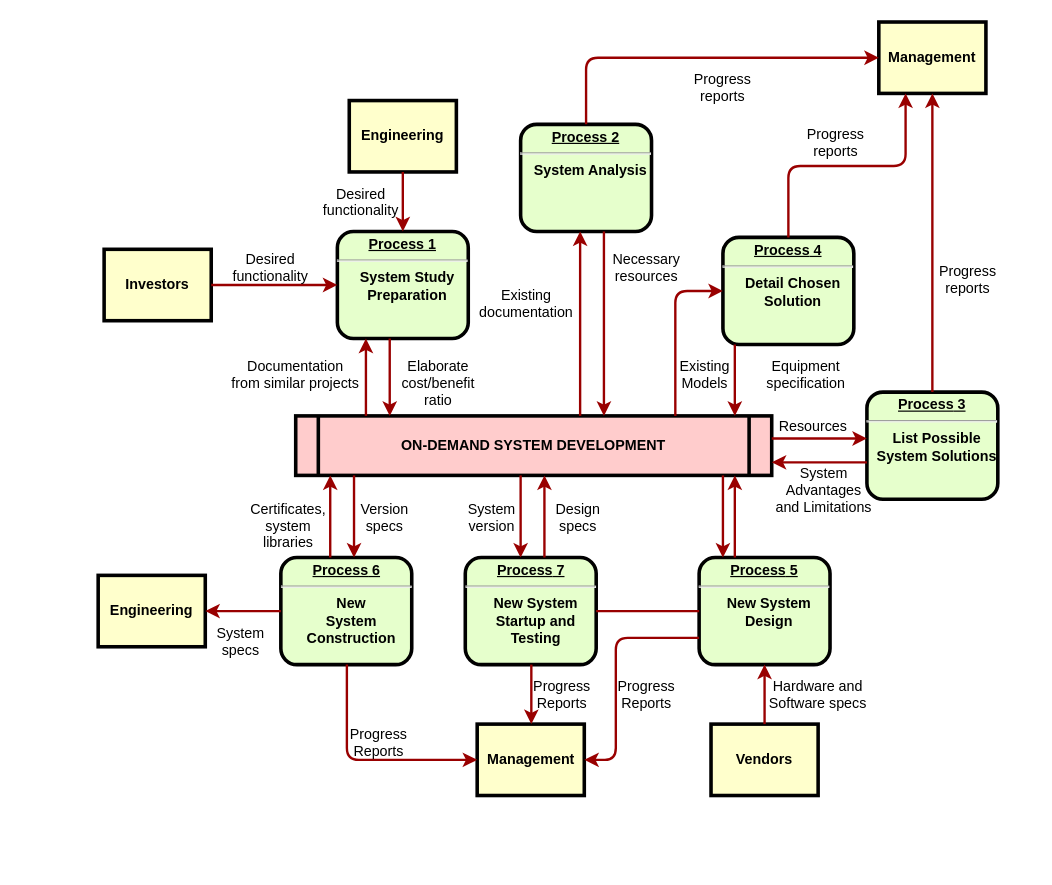
sefffciu/Anty_Phishing_-W_ramach_przedmiotu_Zarz-dzanie_projektami_informatycznymi- keeps this draw.io diagram as Diagram bez tytułu.drawio. Above is the earlier version. Source tidied: cells renumbered, new cells numbered last; positions are measured from the earlier drawing's top-left corner, leaving out a move shared by most shapes. Both pictures are drawn from the tidied source at 119%, with x=0, y=0 at pixel (98, 21).
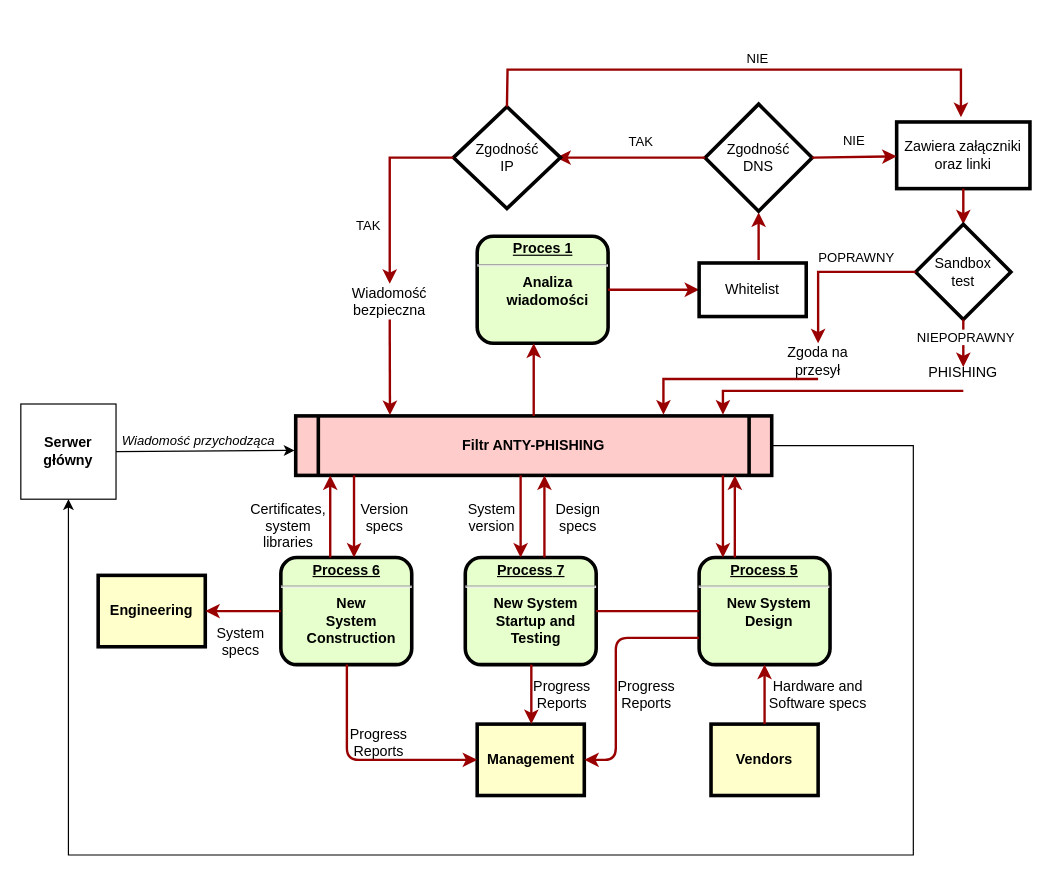
The same page after the edit.

Diff of the diagram source:
```diff
@@
-    <mxCell id="2" value="&lt;p style=&quot;margin: 0px; margin-top: 4px; text-align: center; text-decoration: underline;&quot;&gt;&lt;strong&gt;Process 1&lt;br /&gt;&lt;/strong&gt;&lt;/p&gt;&lt;hr /&gt;&lt;p style=&quot;margin: 0px; margin-left: 8px;&quot;&gt;System Study&lt;/p&gt;&lt;p style=&quot;margin: 0px; margin-left: 8px;&quot;&gt;Preparation&lt;/p&gt;" style="verticalAlign=middle;align=center;overflow=fill;fontSize=12;fontFamily=Helvetica;html=1;rounded=1;fontStyle=1;strokeWidth=3;fillColor=#E6FFCC;" parent="1" vertex="1">
-      <mxGeometry x="201" y="176" width="110" height="90" as="geometry" />
-    </mxCell>
-    <mxCell id="3" value="Engineering" style="whiteSpace=wrap;align=center;verticalAlign=middle;fontStyle=1;strokeWidth=3;fillColor=#FFFFCC;" parent="1" vertex="1">
-      <mxGeometry x="211" y="66" width="90" height="60" as="geometry" />
-    </mxCell>
-    <mxCell id="4" value="Investors" style="whiteSpace=wrap;align=center;verticalAlign=middle;fontStyle=1;strokeWidth=3;fillColor=#FFFFCC;" parent="1" vertex="1">
-      <mxGeometry x="5" y="191" width="90" height="60" as="geometry" />
-    </mxCell>
-    <mxCell id="5" value="ON-DEMAND SYSTEM DEVELOPMENT" style="shape=process;whiteSpace=wrap;align=center;verticalAlign=middle;size=0.0475;fontStyle=1;strokeWidth=3;fillColor=#FFCCCC;" parent="1" vertex="1">
+    <mxCell id="5" value="Filtr ANTY-PHISHING" style="shape=process;whiteSpace=wrap;align=center;verticalAlign=middle;size=0.0475;fontStyle=1;strokeWidth=3;fillColor=#FFCCCC;" parent="1" vertex="1">
       <mxGeometry x="166" y="331" width="400" height="50" as="geometry" />
     </mxCell>
-    <mxCell id="6" value="&lt;p style=&quot;margin: 0px; margin-top: 4px; text-align: center; text-decoration: underline;&quot;&gt;&lt;strong&gt;Process 2&lt;br /&gt;&lt;/strong&gt;&lt;/p&gt;&lt;hr /&gt;&lt;p style=&quot;margin: 0px; margin-left: 8px;&quot;&gt;System Analysis&lt;/p&gt;" style="verticalAlign=middle;align=center;overflow=fill;fontSize=12;fontFamily=Helvetica;html=1;rounded=1;fontStyle=1;strokeWidth=3;fillColor=#E6FFCC;" parent="1" vertex="1">
-      <mxGeometry x="355" y="86" width="110" height="90" as="geometry" />
+    <mxCell id="6" value="&lt;p style=&quot;margin: 0px; margin-top: 4px; text-align: center; text-decoration: underline;&quot;&gt;&lt;strong&gt;Proces 1&lt;br&gt;&lt;/strong&gt;&lt;/p&gt;&lt;hr&gt;&lt;p style=&quot;margin: 0px; margin-left: 8px;&quot;&gt;Analiza&lt;/p&gt;&lt;p style=&quot;margin: 0px; margin-left: 8px;&quot;&gt;&lt;span style=&quot;background-color: initial;&quot;&gt;wiadomości&lt;/span&gt;&lt;/p&gt;" style="verticalAlign=middle;align=center;overflow=fill;fontSize=12;fontFamily=Helvetica;html=1;rounded=1;fontStyle=1;strokeWidth=3;fillColor=#E6FFCC;" parent="1" vertex="1">
+      <mxGeometry x="318.5" y="180" width="110" height="90" as="geometry" />
     </mxCell>
-    <mxCell id="7" value="&lt;p style=&quot;margin: 0px; margin-top: 4px; text-align: center; text-decoration: underline;&quot;&gt;&lt;strong&gt;&lt;strong&gt;Process&lt;/strong&gt; 3&lt;br /&gt;&lt;/strong&gt;&lt;/p&gt;&lt;hr /&gt;&lt;p style=&quot;margin: 0px; margin-left: 8px;&quot;&gt;List Possible&lt;/p&gt;&lt;p style=&quot;margin: 0px; margin-left: 8px;&quot;&gt;System Solutions&lt;/p&gt;" style="verticalAlign=middle;align=center;overflow=fill;fontSize=12;fontFamily=Helvetica;html=1;rounded=1;fontStyle=1;strokeWidth=3;fillColor=#E6FFCC;" parent="1" vertex="1">
-      <mxGeometry x="646" y="311" width="110" height="90" as="geometry" />
-    </mxCell>
-    <mxCell id="8" value="&lt;p style=&quot;margin: 0px; margin-top: 4px; text-align: center; text-decoration: underline;&quot;&gt;&lt;strong&gt;&lt;strong&gt;Process&lt;/strong&gt; 4&lt;br /&gt;&lt;/strong&gt;&lt;/p&gt;&lt;hr /&gt;&lt;p style=&quot;margin: 0px; margin-left: 8px;&quot;&gt;Detail Chosen&lt;/p&gt;&lt;p style=&quot;margin: 0px; margin-left: 8px;&quot;&gt;Solution&lt;/p&gt;" style="verticalAlign=middle;align=center;overflow=fill;fontSize=12;fontFamily=Helvetica;html=1;rounded=1;fontStyle=1;strokeWidth=3;fillColor=#E6FFCC;" parent="1" vertex="1">
-      <mxGeometry x="525" y="181" width="110" height="90" as="geometry" />
-    </mxCell>
@@
-    <mxCell id="11" value="Management" style="whiteSpace=wrap;align=center;verticalAlign=middle;fontStyle=1;strokeWidth=3;fillColor=#FFFFCC;" parent="1" vertex="1">
-      <mxGeometry x="656" width="90" height="60" as="geometry" />
-    </mxCell>
@@
-    <mxCell id="15" style="edgeStyle=none;noEdgeStyle=1;strokeColor=#990000;strokeWidth=2;" parent="1" edge="1" source="3" target="2">
-      <mxGeometry relative="1" as="geometry" />
-    </mxCell>
-    <mxCell id="16" style="edgeStyle=none;noEdgeStyle=1;strokeColor=#990000;strokeWidth=2;" parent="1" edge="1" source="4" target="2">
-      <mxGeometry relative="1" as="geometry" />
-    </mxCell>
@@
-    <mxCell id="19" value="Desired &#10;functionality" style="text;spacingTop=-5;align=center;" parent="1" vertex="1">
-      <mxGeometry x="130" y="191" width="30" height="20" as="geometry" />
-    </mxCell>
-    <mxCell id="20" value="Desired &#10;functionality" style="text;spacingTop=-5;align=center;" parent="1" vertex="1">
-      <mxGeometry x="206" y="136" width="30" height="20" as="geometry" />
-    </mxCell>
-    <mxCell id="21" value="Documentation&#10;from similar projects" style="text;spacingTop=-5;align=center;" parent="1" vertex="1">
-      <mxGeometry x="151" y="281" width="30" height="20" as="geometry" />
-    </mxCell>
-    <mxCell id="22" style="edgeStyle=elbowEdgeStyle;elbow=horizontal;strokeColor=#990000;strokeWidth=2;" parent="1" edge="1" source="5" target="2">
-      <mxGeometry relative="1" as="geometry">
-        <Array as="points">
-          <mxPoint x="225" y="310" />
-        </Array>
-      </mxGeometry>
-    </mxCell>
-    <mxCell id="23" style="edgeStyle=elbowEdgeStyle;elbow=horizontal;strokeColor=#990000;strokeWidth=2;" parent="1" edge="1" source="2" target="5">
-      <mxGeometry relative="1" as="geometry">
-        <Array as="points">
-          <mxPoint x="245" y="300" />
-        </Array>
-      </mxGeometry>
-    </mxCell>
-    <mxCell id="24" value="Elaborate&#10;cost/benefit&#10;ratio" style="text;spacingTop=-5;align=center;" parent="1" vertex="1">
-      <mxGeometry x="271" y="281" width="30" height="20" as="geometry" />
-    </mxCell>
@@
-    <mxCell id="26" style="edgeStyle=elbowEdgeStyle;elbow=horizontal;strokeColor=#990000;strokeWidth=2;" parent="1" edge="1" source="6" target="5">
-      <mxGeometry relative="1" as="geometry">
-        <Array as="points">
-          <mxPoint x="425" y="260" />
-        </Array>
-      </mxGeometry>
-    </mxCell>
-    <mxCell id="27" value="Existing&#10;documentation" style="text;spacingTop=-5;align=center;" parent="1" vertex="1">
-      <mxGeometry x="345" y="221" width="30" height="20" as="geometry" />
-    </mxCell>
-    <mxCell id="28" value="Necessary&#10;resources" style="text;spacingTop=-5;align=center;" parent="1" vertex="1">
-      <mxGeometry x="446" y="191" width="30" height="20" as="geometry" />
-    </mxCell>
-    <mxCell id="29" value="Progress&#10;reports" style="text;spacingTop=-5;align=center;" parent="1" vertex="1">
-      <mxGeometry x="510" y="40" width="30" height="20" as="geometry" />
-    </mxCell>
-    <mxCell id="30" value="Progress&#10;reports" style="text;spacingTop=-5;align=center;" parent="1" vertex="1">
-      <mxGeometry x="605" y="86" width="30" height="20" as="geometry" />
-    </mxCell>
-    <mxCell id="31" value="Progress&#10;reports" style="text;spacingTop=-5;align=center;" parent="1" vertex="1">
-      <mxGeometry x="716" y="201" width="30" height="20" as="geometry" />
-    </mxCell>
-    <mxCell id="32" style="edgeStyle=elbowEdgeStyle;elbow=horizontal;strokeColor=#990000;strokeWidth=2;" parent="1" edge="1" source="6" target="11">
-      <mxGeometry relative="1" as="geometry">
-        <Array as="points">
-          <mxPoint x="410" y="80" />
-        </Array>
-      </mxGeometry>
-    </mxCell>
-    <mxCell id="33" style="edgeStyle=elbowEdgeStyle;elbow=vertical;entryX=0.25;entryY=1;strokeColor=#990000;strokeWidth=2;" parent="1" edge="1" source="8" target="11">
-      <mxGeometry relative="1" as="geometry" />
-    </mxCell>
-    <mxCell id="34" style="edgeStyle=elbowEdgeStyle;elbow=horizontal;strokeColor=#990000;strokeWidth=2;" parent="1" edge="1" source="7" target="11">
-      <mxGeometry relative="1" as="geometry" />
-    </mxCell>
-    <mxCell id="35" style="edgeStyle=elbowEdgeStyle;elbow=horizontal;strokeColor=#990000;strokeWidth=2;" parent="1" edge="1" source="8" target="5">
-      <mxGeometry relative="1" as="geometry">
-        <Array as="points">
-          <mxPoint x="535" y="300" />
-        </Array>
-      </mxGeometry>
-    </mxCell>
-    <mxCell id="36" style="edgeStyle=segmentEdgeStyle;strokeColor=#990000;strokeWidth=2;" parent="1" edge="1" source="5" target="8">
-      <mxGeometry relative="1" as="geometry">
-        <Array as="points">
-          <mxPoint x="485" y="226" />
-        </Array>
-      </mxGeometry>
-    </mxCell>
-    <mxCell id="37" value="Existing&#10;Models" style="text;spacingTop=-5;align=center;" parent="1" vertex="1">
-      <mxGeometry x="495" y="281" width="30" height="20" as="geometry" />
-    </mxCell>
-    <mxCell id="38" value="Equipment&#10;specification" style="text;spacingTop=-5;align=center;" parent="1" vertex="1">
-      <mxGeometry x="580" y="281" width="30" height="20" as="geometry" />
-    </mxCell>
-    <mxCell id="39" style="edgeStyle=elbowEdgeStyle;elbow=vertical;strokeColor=#990000;strokeWidth=2;" parent="1" edge="1" source="5" target="7">
-      <mxGeometry relative="1" as="geometry">
-        <Array as="points">
-          <mxPoint x="615" y="350" />
-        </Array>
-      </mxGeometry>
-    </mxCell>
-    <mxCell id="40" style="edgeStyle=elbowEdgeStyle;elbow=vertical;strokeColor=#990000;strokeWidth=2;" parent="1" edge="1" source="7" target="5">
-      <mxGeometry relative="1" as="geometry">
-        <Array as="points">
-          <mxPoint x="615" y="370" />
-        </Array>
-      </mxGeometry>
-    </mxCell>
-    <mxCell id="41" value="Resources" style="text;spacingTop=-5;align=center;" parent="1" vertex="1">
-      <mxGeometry x="586" y="331" width="30" height="20" as="geometry" />
-    </mxCell>
-    <mxCell id="42" value="System &#10;Advantages &#10;and Limitations" style="text;spacingTop=-5;align=center;" parent="1" vertex="1">
-      <mxGeometry x="595" y="371" width="30" height="20" as="geometry" />
-    </mxCell>
@@
+    <mxCell id="63" style="endArrow=classic;html=1;rounded=0;exitX=1;exitY=0.5;exitDx=0;exitDy=0;" parent="1" edge="1" source="65">
+      <mxGeometry relative="1" as="geometry">
+        <mxPoint x="165" y="360" as="targetPoint" />
+      </mxGeometry>
+    </mxCell>
+    <mxCell id="64" value="Wiadomość przychodząca" style="edgeLabel;html=1;align=center;verticalAlign=middle;fontStyle=2;" parent="63" vertex="1">
+      <mxGeometry x="0.5" y="-3" relative="1" as="geometry">
+        <mxPoint x="-45" y="-12" as="offset" />
+      </mxGeometry>
+    </mxCell>
+    <mxCell id="65" value="&lt;b&gt;Serwer główny&lt;/b&gt;" style="whiteSpace=wrap;html=1;" parent="1" vertex="1">
+      <mxGeometry x="-65" y="321" width="80" height="80" as="geometry" />
+    </mxCell>
+    <mxCell id="66" style="endArrow=classic;html=1;rounded=0;exitX=1;exitY=0.5;exitDx=0;exitDy=0;entryX=0.5;entryY=1;entryDx=0;entryDy=0;" parent="1" edge="1" source="5" target="65">
+      <mxGeometry relative="1" as="geometry">
+        <Array as="points">
+          <mxPoint x="685" y="356" />
+          <mxPoint x="685" y="700" />
+          <mxPoint x="-25" y="700" />
+        </Array>
+      </mxGeometry>
+    </mxCell>
+    <mxCell id="67" style="endArrow=classic;html=1;rounded=0;strokeColor=#990000;strokeWidth=2;exitX=1;exitY=0.5;exitDx=0;exitDy=0;" parent="1" edge="1" source="6">
+      <mxGeometry relative="1" as="geometry">
+        <mxPoint x="505" y="225" as="targetPoint" />
+      </mxGeometry>
+    </mxCell>
+    <mxCell id="68" value="Whitelist" style="rounded=0;whiteSpace=wrap;html=1;strokeWidth=3;" parent="1" vertex="1">
+      <mxGeometry x="505" y="202.5" width="90" height="45" as="geometry" />
+    </mxCell>
+    <mxCell id="69" style="endArrow=classic;html=1;rounded=0;strokeColor=#990000;strokeWidth=2;" parent="1" edge="1">
+      <mxGeometry relative="1" as="geometry">
+        <mxPoint x="555" y="200" as="sourcePoint" />
+        <mxPoint x="555" y="160" as="targetPoint" />
+      </mxGeometry>
+    </mxCell>
+    <mxCell id="70" value="Zgodność&lt;br&gt;DNS" style="rhombus;whiteSpace=wrap;html=1;strokeWidth=3;" parent="1" vertex="1">
+      <mxGeometry x="510" y="69" width="90" height="90" as="geometry" />
+    </mxCell>
+    <mxCell id="71" style="endArrow=classic;html=1;rounded=0;strokeColor=#990000;strokeWidth=2;exitX=0;exitY=0.5;exitDx=0;exitDy=0;" parent="1" edge="1" source="70">
+      <mxGeometry relative="1" as="geometry">
+        <mxPoint x="385" y="114" as="targetPoint" />
+      </mxGeometry>
+    </mxCell>
+    <mxCell id="72" value="TAK" style="edgeLabel;html=1;align=center;verticalAlign=middle;" parent="71" vertex="1">
+      <mxGeometry x="0.33" y="1" relative="1" as="geometry">
+        <mxPoint x="28" y="-15" as="offset" />
+      </mxGeometry>
+    </mxCell>
+    <mxCell id="73" value="Zgodność&lt;br&gt;IP" style="rhombus;whiteSpace=wrap;html=1;strokeWidth=3;" parent="1" vertex="1">
+      <mxGeometry x="298.5" y="71.2" width="90" height="85.5" as="geometry" />
+    </mxCell>
+    <mxCell id="74" value="Zawiera załączniki oraz linki" style="rounded=0;whiteSpace=wrap;html=1;strokeWidth=3;" parent="1" vertex="1">
+      <mxGeometry x="671" y="84" width="112" height="56" as="geometry" />
+    </mxCell>
+    <mxCell id="75" style="endArrow=classic;html=1;rounded=0;strokeColor=#990000;strokeWidth=2;exitX=1;exitY=0.5;exitDx=0;exitDy=0;" parent="1" edge="1" source="70" target="74">
+      <mxGeometry relative="1" as="geometry" />
+    </mxCell>
+    <mxCell id="76" value="NIE" style="edgeLabel;html=1;align=center;verticalAlign=middle;" parent="75" vertex="1">
+      <mxGeometry x="-0.27" y="1" relative="1" as="geometry">
+        <mxPoint x="9" y="-13" as="offset" />
+      </mxGeometry>
+    </mxCell>
+    <mxCell id="77" style="endArrow=classic;html=1;rounded=0;strokeColor=#990000;strokeWidth=2;exitX=0.5;exitY=1;exitDx=0;exitDy=0;entryX=0.5;entryY=0;entryDx=0;entryDy=0;" parent="1" edge="1" source="74" target="82">
+      <mxGeometry relative="1" as="geometry" />
+    </mxCell>
+    <mxCell id="78" style="endArrow=classic;html=1;rounded=0;strokeColor=#990000;strokeWidth=2;exitX=0;exitY=0.5;exitDx=0;exitDy=0;" parent="1" edge="1" source="73">
+      <mxGeometry relative="1" as="geometry">
+        <mxPoint x="245" y="220" as="targetPoint" />
+        <Array as="points">
+          <mxPoint x="245" y="114" />
+        </Array>
+      </mxGeometry>
+    </mxCell>
+    <mxCell id="79" value="TAK" style="edgeLabel;html=1;align=center;verticalAlign=middle;" parent="78" vertex="1">
+      <mxGeometry x="-0.29" y="4" relative="1" as="geometry">
+        <mxPoint x="-23" y="53" as="offset" />
+      </mxGeometry>
+    </mxCell>
+    <mxCell id="80" style="endArrow=classic;html=1;rounded=0;strokeColor=#990000;strokeWidth=2;exitX=0.5;exitY=0;exitDx=0;exitDy=0;" parent="1" edge="1" source="73">
+      <mxGeometry relative="1" as="geometry">
+        <mxPoint x="725" y="80" as="targetPoint" />
+        <Array as="points">
+          <mxPoint x="344" y="40" />
+          <mxPoint x="725" y="40" />
+        </Array>
+      </mxGeometry>
+    </mxCell>
+    <mxCell id="81" value="NIE" style="edgeLabel;html=1;align=center;verticalAlign=middle;" parent="80" vertex="1">
+      <mxGeometry x="-0.18" relative="1" as="geometry">
+        <mxPoint x="56" y="-10" as="offset" />
+      </mxGeometry>
+    </mxCell>
+    <mxCell id="82" value="Sandbox&lt;br&gt;test" style="rhombus;whiteSpace=wrap;html=1;strokeWidth=3;" parent="1" vertex="1">
+      <mxGeometry x="687" y="170" width="80" height="80" as="geometry" />
+    </mxCell>
+    <mxCell id="83" style="endArrow=classic;html=1;rounded=0;strokeColor=#990000;strokeWidth=2;exitX=0;exitY=0.5;exitDx=0;exitDy=0;entryX=0.5;entryY=0;entryDx=0;entryDy=0;" parent="1" edge="1" source="82" target="85">
+      <mxGeometry relative="1" as="geometry">
+        <Array as="points">
+          <mxPoint x="605" y="210" />
+        </Array>
+      </mxGeometry>
+    </mxCell>
+    <mxCell id="84" value="POPRAWNY" style="edgeLabel;html=1;align=center;verticalAlign=middle;" parent="83" vertex="1">
+      <mxGeometry x="-0.37" y="1" relative="1" as="geometry">
+        <mxPoint x="-6" y="-14" as="offset" />
+      </mxGeometry>
+    </mxCell>
+    <mxCell id="85" value="Zgoda na przesył" style="text;html=1;strokeColor=none;fillColor=none;align=center;verticalAlign=middle;whiteSpace=wrap;rounded=0;strokeWidth=3;" parent="1" vertex="1">
+      <mxGeometry x="575" y="270" width="60" height="30" as="geometry" />
+    </mxCell>
+    <mxCell id="86" style="endArrow=classic;html=1;rounded=0;strokeColor=#990000;strokeWidth=2;exitX=0.5;exitY=1;exitDx=0;exitDy=0;" parent="1" edge="1" source="85">
+      <mxGeometry relative="1" as="geometry">
+        <mxPoint x="475" y="330" as="targetPoint" />
+        <Array as="points">
+          <mxPoint x="475" y="300" />
+        </Array>
+      </mxGeometry>
+    </mxCell>
+    <mxCell id="87" style="endArrow=classic;html=1;rounded=0;strokeColor=#990000;strokeWidth=2;exitX=0.5;exitY=1;exitDx=0;exitDy=0;" parent="1" edge="1" source="82">
+      <mxGeometry relative="1" as="geometry">
+        <mxPoint x="727" y="290" as="targetPoint" />
+      </mxGeometry>
+    </mxCell>
+    <mxCell id="88" value="NIEPOPRAWNY" style="edgeLabel;html=1;align=center;verticalAlign=middle;" parent="87" vertex="1">
+      <mxGeometry x="-0.29" y="1" relative="1" as="geometry" />
+    </mxCell>
+    <mxCell id="89" value="PHISHING" style="text;html=1;strokeColor=none;fillColor=none;align=center;verticalAlign=middle;whiteSpace=wrap;rounded=0;strokeWidth=3;" parent="1" vertex="1">
+      <mxGeometry x="697" y="280" width="60" height="30" as="geometry" />
+    </mxCell>
+    <mxCell id="90" style="endArrow=classic;html=1;rounded=0;strokeColor=#990000;strokeWidth=2;exitX=0.5;exitY=1;exitDx=0;exitDy=0;" parent="1" edge="1" source="89">
+      <mxGeometry relative="1" as="geometry">
+        <mxPoint x="525" y="330" as="targetPoint" />
+        <Array as="points">
+          <mxPoint x="525" y="310" />
+        </Array>
+      </mxGeometry>
+    </mxCell>
+    <mxCell id="91" value="Wiadomość&lt;br&gt;bezpieczna" style="text;html=1;strokeColor=none;fillColor=none;align=center;verticalAlign=middle;whiteSpace=wrap;rounded=0;strokeWidth=3;" parent="1" vertex="1">
+      <mxGeometry x="215" y="220" width="60" height="30" as="geometry" />
+    </mxCell>
+    <mxCell id="92" style="endArrow=classic;html=1;rounded=0;strokeColor=#990000;strokeWidth=2;exitX=0.5;exitY=1;exitDx=0;exitDy=0;entryX=0.198;entryY=-0.014;entryDx=0;entryDy=0;entryPerimeter=0;" parent="1" edge="1" source="91" target="5">
+      <mxGeometry relative="1" as="geometry" />
+    </mxCell>
```
